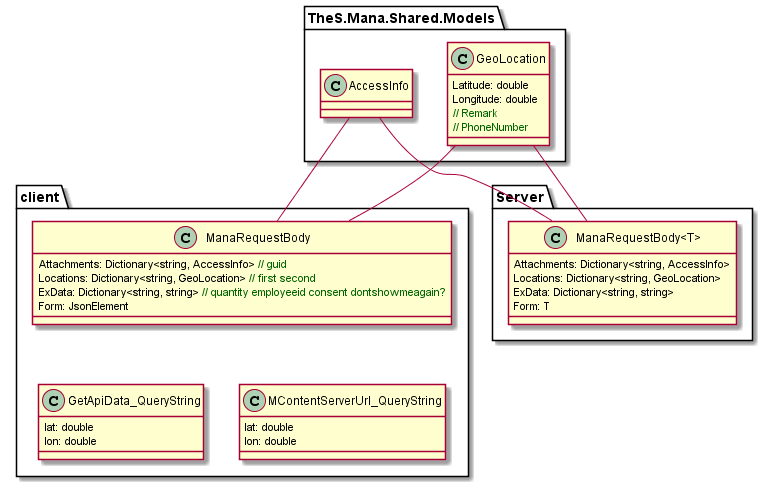
Before: ManaRequestBody/out/manarequestbody/ManaRequestBody.png, a diagram exported from PlantUML (BugLordTO/cart-ideas).
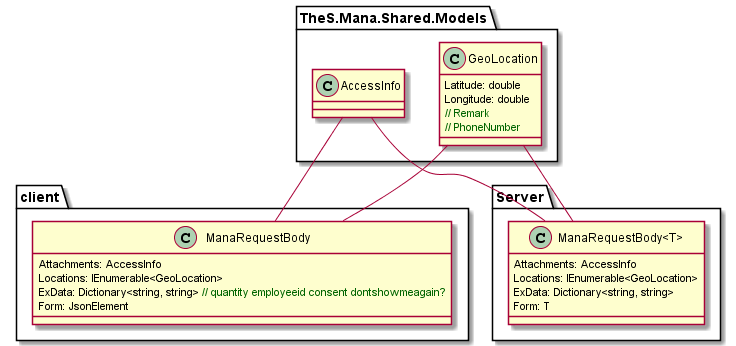
After the commit.

Diff of the diagram source:
```diff
@@ -14,31 +14,21 @@
 
 package client {
     class ManaRequestBody {
-        Attachments: Dictionary<string, AccessInfo> COMMENT(// guid)
-        Locations: Dictionary<string, GeoLocation> COMMENT(// first second)
+        Attachments: AccessInfo
+        Locations: IEnumerable<GeoLocation>
         ExData: Dictionary<string, string> COMMENT(// quantity employeeid consent dontshowmeagain?)
         Form: JsonElement
     }
     GeoLocation -- ManaRequestBody
     AccessInfo -- ManaRequestBody
 
-    class GetApiData_QueryString {
-        lat: double
-        lon: double
-    }
-    ManaRequestBody -[hidden]- GetApiData_QueryString
 
-    class MContentServerUrl_QueryString {
-        lat: double
-        lon: double
-    }
-    ManaRequestBody -[hidden]- MContentServerUrl_QueryString
 }
 
 package Server {
     class "ManaRequestBody<T>" {
-        Attachments: Dictionary<string, AccessInfo>
-        Locations: Dictionary<string, GeoLocation>
+        Attachments: AccessInfo
+        Locations: IEnumerable<GeoLocation>
         ExData: Dictionary<string, string>
         Form: T
     }
```
